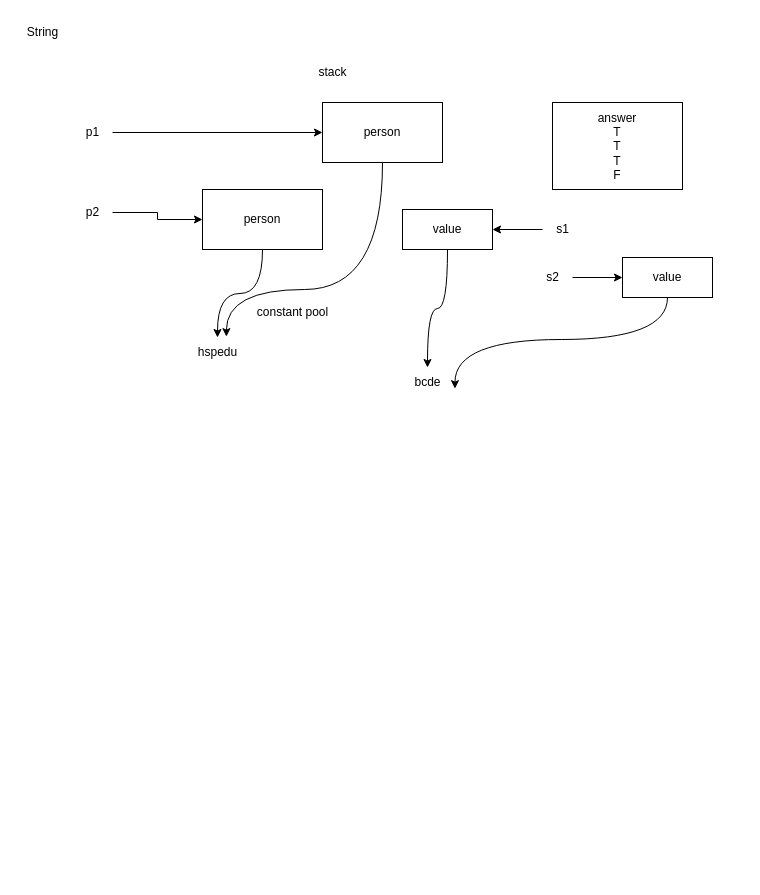
This is draw/String.drawio from DeepDarkBoy48/JavaStudy, a draw.io file, before an edit. Source tidied: cells renumbered, new cells numbered last; positions are measured from the earlier drawing's top-left corner, leaving out a move shared by most shapes. Both pictures are drawn from the tidied source at 100%, with x=0, y=0 at pixel (17, 17).
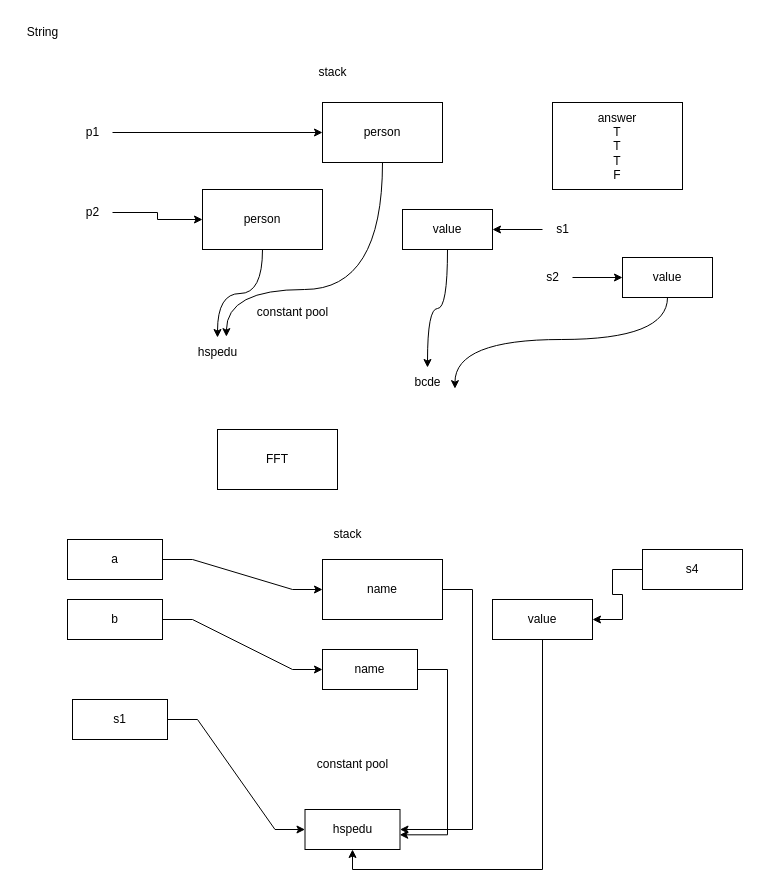
Above is the later version.

What changed in the source:
```diff
@@
+    <mxCell id="24" style="edgeStyle=entityRelationEdgeStyle;rounded=0;jettySize=auto;html=1;" parent="1" edge="1" source="25" target="28">
+      <mxGeometry relative="1" as="geometry" />
+    </mxCell>
+    <mxCell id="25" value="s1" style="rounded=0;whiteSpace=wrap;html=1;" parent="1" vertex="1">
+      <mxGeometry x="55" y="682" width="95" height="40" as="geometry" />
+    </mxCell>
+    <mxCell id="26" value="stack" style="text;html=1;align=center;verticalAlign=middle;strokeColor=none;fillColor=none;rounded=0;" parent="1" vertex="1">
+      <mxGeometry x="305" y="502" width="50" height="30" as="geometry" />
+    </mxCell>
+    <mxCell id="27" value="constant pool" style="text;html=1;align=center;verticalAlign=middle;strokeColor=none;fillColor=none;rounded=0;" parent="1" vertex="1">
+      <mxGeometry x="290" y="732" width="90" height="30" as="geometry" />
+    </mxCell>
+    <mxCell id="28" value="hspedu" style="rounded=0;whiteSpace=wrap;html=1;" parent="1" vertex="1">
+      <mxGeometry x="287.5" y="792" width="95" height="40" as="geometry" />
+    </mxCell>
+    <mxCell id="29" style="edgeStyle=entityRelationEdgeStyle;rounded=0;jettySize=auto;html=1;" parent="1" edge="1" source="30">
+      <mxGeometry relative="1" as="geometry">
+        <mxPoint x="305" y="572" as="targetPoint" />
+      </mxGeometry>
+    </mxCell>
+    <mxCell id="30" value="a" style="rounded=0;whiteSpace=wrap;html=1;" parent="1" vertex="1">
+      <mxGeometry x="50" y="522" width="95" height="40" as="geometry" />
+    </mxCell>
+    <mxCell id="31" style="edgeStyle=entityRelationEdgeStyle;rounded=0;jettySize=auto;html=1;" parent="1" edge="1" source="32" target="35">
+      <mxGeometry relative="1" as="geometry" />
+    </mxCell>
+    <mxCell id="32" value="b" style="rounded=0;whiteSpace=wrap;html=1;" parent="1" vertex="1">
+      <mxGeometry x="50" y="582" width="95" height="40" as="geometry" />
+    </mxCell>
+    <mxCell id="33" style="edgeStyle=entityRelationEdgeStyle;rounded=0;jettySize=auto;html=1;" parent="1" edge="1" source="34" target="28">
+      <mxGeometry relative="1" as="geometry" />
+    </mxCell>
+    <mxCell id="34" value="name" style="whiteSpace=wrap;html=1;" parent="1" vertex="1">
+      <mxGeometry x="305" y="542" width="120" height="60" as="geometry" />
+    </mxCell>
+    <mxCell id="35" value="name" style="rounded=0;whiteSpace=wrap;html=1;" parent="1" vertex="1">
+      <mxGeometry x="305" y="632" width="95" height="40" as="geometry" />
+    </mxCell>
+    <mxCell id="36" style="edgeStyle=entityRelationEdgeStyle;rounded=0;jettySize=auto;html=1;entryX=0.997;entryY=0.633;entryDx=0;entryDy=0;entryPerimeter=0;" parent="1" edge="1" source="35" target="28">
+      <mxGeometry relative="1" as="geometry" />
+    </mxCell>
+    <mxCell id="37" value="FFT" style="whiteSpace=wrap;html=1;" parent="1" vertex="1">
+      <mxGeometry x="200" y="412" width="120" height="60" as="geometry" />
+    </mxCell>
+    <mxCell id="38" style="edgeStyle=entityRelationEdgeStyle;rounded=0;jettySize=auto;html=1;" parent="1" edge="1" source="39" target="41">
+      <mxGeometry relative="1" as="geometry" />
+    </mxCell>
+    <mxCell id="39" value="s4" style="whiteSpace=wrap;html=1;" parent="1" vertex="1">
+      <mxGeometry x="625" y="532" width="100" height="40" as="geometry" />
+    </mxCell>
+    <mxCell id="40" style="edgeStyle=orthogonalEdgeStyle;rounded=0;jettySize=auto;html=1;entryX=0.5;entryY=1;entryDx=0;entryDy=0;" parent="1" edge="1" source="41" target="28">
+      <mxGeometry relative="1" as="geometry">
+        <Array as="points">
+          <mxPoint x="525" y="852" />
+          <mxPoint x="335" y="852" />
+        </Array>
+      </mxGeometry>
+    </mxCell>
+    <mxCell id="41" value="value" style="whiteSpace=wrap;html=1;" parent="1" vertex="1">
+      <mxGeometry x="475" y="582" width="100" height="40" as="geometry" />
+    </mxCell>
```
